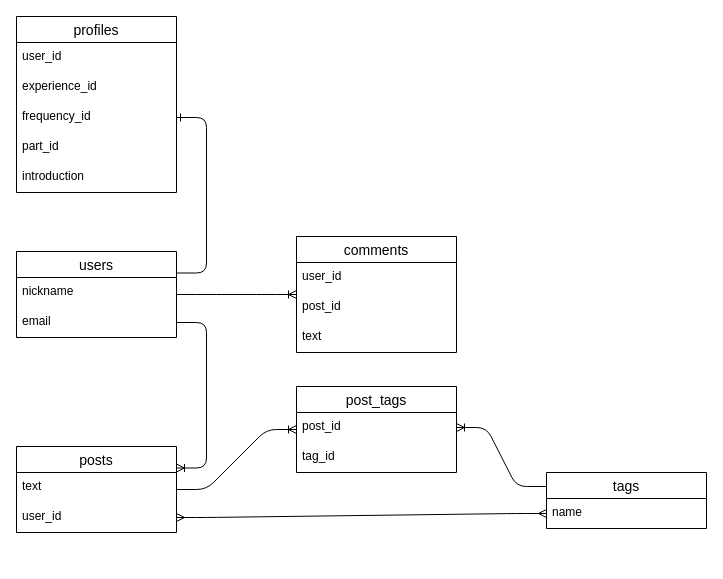
Earlier version of the draw.io diagram share-training.dio (Tsukasa311/share-training). Source tidied: cells renumbered, new cells numbered last; positions are measured from the earlier drawing's top-left corner, leaving out a move shared by most shapes. Both pictures are drawn from the tidied source at 100%, with x=0, y=0 at pixel (16, 16).
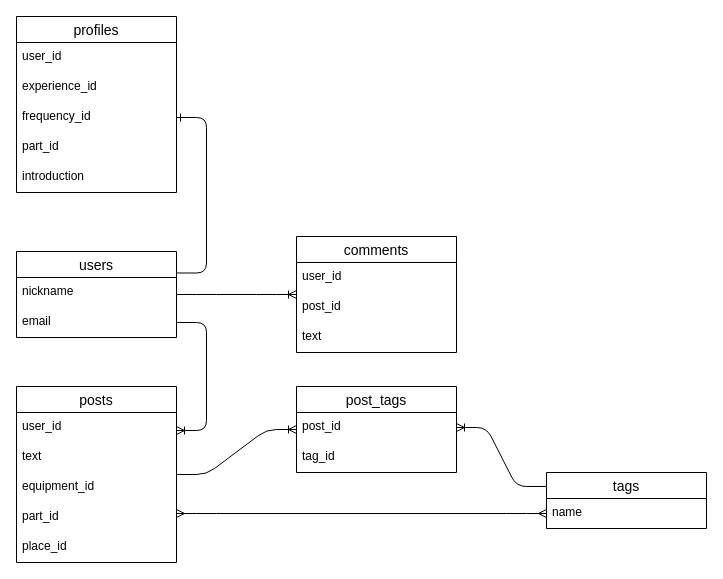
After the change.

The change refers to these unchanged cells:
```xml
<mxCell id="13" value="name" style="text;strokeColor=none;fillColor=none;spacingLeft=4;spacingRight=4;overflow=hidden;points=[[0,0.5],[1,0.5]];portConstraint=eastwest;fontSize=12;" parent="12" vertex="1">
  <mxGeometry y="26" width="160" height="30" as="geometry" />
</mxCell>
```

The edit, as a diff of the source:
```diff
@@
     <mxCell id="5" value="posts" style="swimlane;fontStyle=0;horizontal=1;startSize=26;align=center;fontSize=14;" parent="1" vertex="1">
-      <mxGeometry y="430" width="160" height="86" as="geometry" />
+      <mxGeometry y="370" width="160" height="176" as="geometry" />
     </mxCell>
+    <mxCell id="7" value="user_id" style="text;strokeColor=none;fillColor=none;spacingLeft=4;spacingRight=4;overflow=hidden;points=[[0,0.5],[1,0.5]];portConstraint=eastwest;fontSize=12;" parent="5" vertex="1">
+      <mxGeometry y="26" width="160" height="30" as="geometry" />
+    </mxCell>
     <mxCell id="6" value="text" style="text;strokeColor=none;fillColor=none;spacingLeft=4;spacingRight=4;overflow=hidden;fontSize=12;" parent="5" vertex="1">
-      <mxGeometry y="26" width="160" height="30" as="geometry" />
+      <mxGeometry y="56" width="160" height="30" as="geometry" />
     </mxCell>
-    <mxCell id="7" value="user_id" style="text;strokeColor=none;fillColor=none;spacingLeft=4;spacingRight=4;overflow=hidden;points=[[0,0.5],[1,0.5]];portConstraint=eastwest;fontSize=12;" parent="5" vertex="1">
-      <mxGeometry y="56" width="160" height="30" as="geometry" />
-    </mxCell>
+    <mxCell id="29" value="equipment_id" style="text;strokeColor=none;fillColor=none;spacingLeft=4;spacingRight=4;overflow=hidden;fontSize=12;" parent="5" vertex="1">
+      <mxGeometry y="86" width="160" height="30" as="geometry" />
+    </mxCell>
+    <mxCell id="30" value="part_id" style="text;strokeColor=none;fillColor=none;spacingLeft=4;spacingRight=4;overflow=hidden;fontSize=12;" parent="5" vertex="1">
+      <mxGeometry y="116" width="160" height="30" as="geometry" />
+    </mxCell>
+    <mxCell id="31" value="place_id" style="text;strokeColor=none;fillColor=none;spacingLeft=4;spacingRight=4;overflow=hidden;fontSize=12;" parent="5" vertex="1">
+      <mxGeometry y="146" width="160" height="30" as="geometry" />
+    </mxCell>
@@
-    <mxCell id="21" style="edgeStyle=entityRelationEdgeStyle;fontSize=12;html=1;endArrow=ERmany;startArrow=ERmany;entryX=0;entryY=0.5;entryDx=0;entryDy=0;exitX=1;exitY=0.5;exitDx=0;exitDy=0;" parent="1" edge="1" source="7" target="13">
-      <mxGeometry relative="1" as="geometry" />
+    <mxCell id="21" style="edgeStyle=entityRelationEdgeStyle;fontSize=12;html=1;endArrow=ERmany;startArrow=ERmany;entryX=0;entryY=0.5;entryDx=0;entryDy=0;" parent="1" edge="1" target="13">
+      <mxGeometry relative="1" as="geometry">
+        <mxPoint x="160" y="497" as="sourcePoint" />
+      </mxGeometry>
     </mxCell>
```
